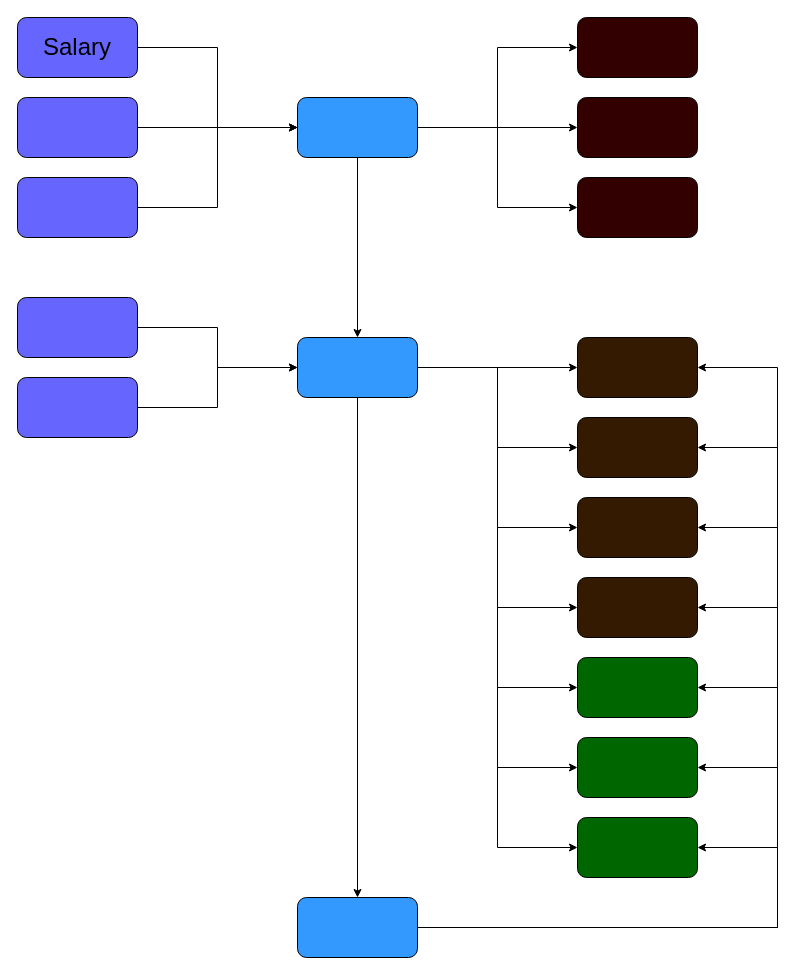
The draw.io diagram Untitled Diagram.drawio in cuizhanming/space-spring, before the edit. Source tidied: cells renumbered, new cells numbered last; positions are measured from the earlier drawing's top-left corner, leaving out a move shared by most shapes. Both pictures are drawn from the tidied source at 100%, with x=0, y=0 at pixel (17, 17).
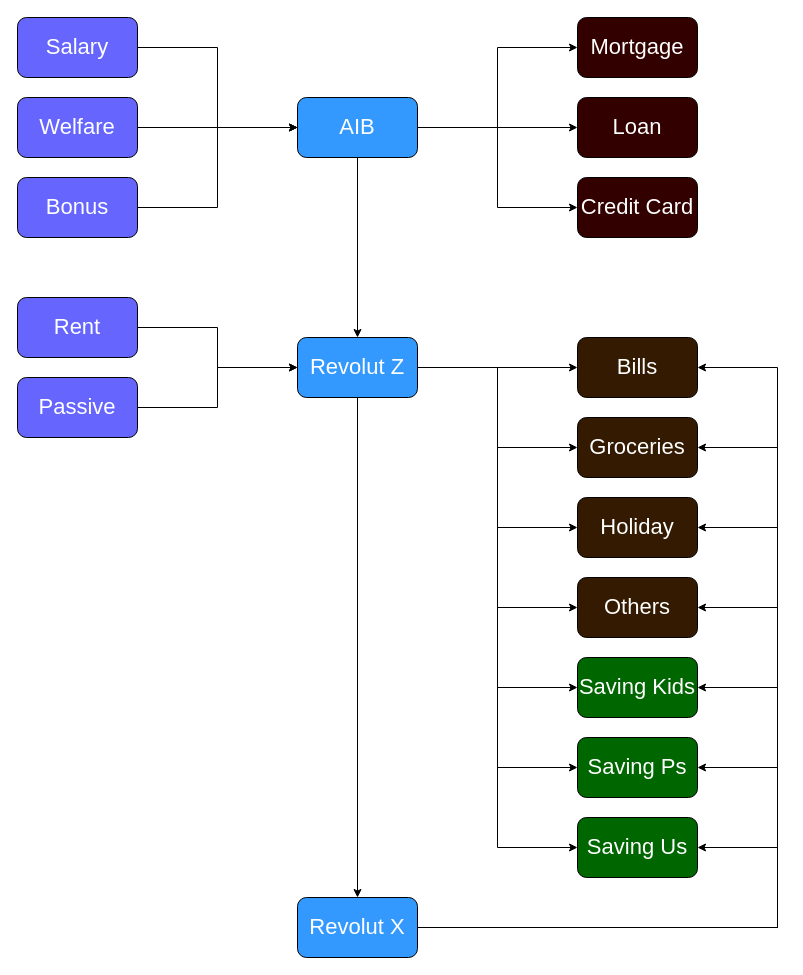
Above is the later version.

Change to the diagram source:
```diff
@@
-    <mxCell id="2" style="group;fontSize=20;" parent="1" vertex="1">
+    <mxCell id="2" style="group;fontSize=22;fontColor=#FFFFFF;" parent="1" vertex="1">
       <mxGeometry width="760" height="940" as="geometry" />
     </mxCell>
-    <mxCell id="3" style="edgeStyle=orthogonalEdgeStyle;rounded=0;jettySize=auto;html=1;exitX=1;exitY=0.5;exitDx=0;exitDy=0;entryX=0;entryY=0.5;entryDx=0;entryDy=0;" parent="2" edge="1" source="4" target="18">
+    <mxCell id="3" style="edgeStyle=orthogonalEdgeStyle;rounded=0;jettySize=auto;html=1;exitX=1;exitY=0.5;exitDx=0;exitDy=0;entryX=0;entryY=0.5;entryDx=0;entryDy=0;fontSize=22;fontColor=#FFFFFF;" parent="2" edge="1" source="4" target="18">
       <mxGeometry relative="1" as="geometry" />
     </mxCell>
-    <mxCell id="4" value="&lt;font style=&quot;font-size: 24px;&quot;&gt;Salary&lt;/font&gt;" style="rounded=1;whiteSpace=wrap;html=1;fillColor=#6666FF;" parent="2" vertex="1">
+    <mxCell id="4" value="&lt;font style=&quot;font-size: 22px;&quot;&gt;Salary&lt;/font&gt;" style="rounded=1;whiteSpace=wrap;html=1;fillColor=#6666FF;fontSize=22;fontColor=#FFFFFF;" parent="2" vertex="1">
       <mxGeometry width="120" height="60" as="geometry" />
     </mxCell>
-    <mxCell id="5" style="edgeStyle=orthogonalEdgeStyle;rounded=0;jettySize=auto;html=1;" parent="2" edge="1" source="6">
+    <mxCell id="5" style="edgeStyle=orthogonalEdgeStyle;rounded=0;jettySize=auto;html=1;fontSize=22;fontColor=#FFFFFF;" parent="2" edge="1" source="6">
       <mxGeometry relative="1" as="geometry">
         <mxPoint x="280" y="110" as="targetPoint" />
         <Array as="points">
           <mxPoint x="200" y="190" />
           <mxPoint x="200" y="110" />
         </Array>
       </mxGeometry>
     </mxCell>
-    <mxCell id="6" style="rounded=1;whiteSpace=wrap;html=1;fillColor=#6666FF;" parent="2" vertex="1">
+    <mxCell id="6" value="Bonus" style="rounded=1;whiteSpace=wrap;html=1;fillColor=#6666FF;fontSize=22;fontColor=#FFFFFF;" parent="2" vertex="1">
       <mxGeometry y="160" width="120" height="60" as="geometry" />
     </mxCell>
-    <mxCell id="7" style="edgeStyle=orthogonalEdgeStyle;rounded=0;jettySize=auto;html=1;" parent="2" edge="1" source="8">
+    <mxCell id="7" style="edgeStyle=orthogonalEdgeStyle;rounded=0;jettySize=auto;html=1;fontSize=22;fontColor=#FFFFFF;" parent="2" edge="1" source="8">
       <mxGeometry relative="1" as="geometry">
         <mxPoint x="280" y="110" as="targetPoint" />
       </mxGeometry>
     </mxCell>
-    <mxCell id="8" style="rounded=1;whiteSpace=wrap;html=1;fillColor=#6666FF;" parent="2" vertex="1">
+    <mxCell id="8" value="Welfare" style="rounded=1;whiteSpace=wrap;html=1;fillColor=#6666FF;fontSize=22;fontColor=#FFFFFF;" parent="2" vertex="1">
       <mxGeometry y="80" width="120" height="60" as="geometry" />
     </mxCell>
-    <mxCell id="9" style="edgeStyle=orthogonalEdgeStyle;rounded=0;jettySize=auto;html=1;entryX=0;entryY=0.5;entryDx=0;entryDy=0;" parent="2" edge="1" source="10" target="29">
+    <mxCell id="9" style="edgeStyle=orthogonalEdgeStyle;rounded=0;jettySize=auto;html=1;entryX=0;entryY=0.5;entryDx=0;entryDy=0;fontSize=22;fontColor=#FFFFFF;" parent="2" edge="1" source="10" target="29">
       <mxGeometry relative="1" as="geometry" />
     </mxCell>
-    <mxCell id="10" style="rounded=1;whiteSpace=wrap;html=1;fillColor=#6666FF;" parent="2" vertex="1">
+    <mxCell id="10" value="Passive" style="rounded=1;whiteSpace=wrap;html=1;fillColor=#6666FF;fontSize=22;fontColor=#FFFFFF;" parent="2" vertex="1">
       <mxGeometry y="360" width="120" height="60" as="geometry" />
     </mxCell>
-    <mxCell id="11" style="edgeStyle=orthogonalEdgeStyle;rounded=0;jettySize=auto;html=1;exitX=1;exitY=0.5;exitDx=0;exitDy=0;entryX=0;entryY=0.5;entryDx=0;entryDy=0;" parent="2" edge="1" source="12" target="29">
+    <mxCell id="11" style="edgeStyle=orthogonalEdgeStyle;rounded=0;jettySize=auto;html=1;exitX=1;exitY=0.5;exitDx=0;exitDy=0;entryX=0;entryY=0.5;entryDx=0;entryDy=0;fontSize=22;fontColor=#FFFFFF;" parent="2" edge="1" source="12" target="29">
       <mxGeometry relative="1" as="geometry" />
     </mxCell>
-    <mxCell id="12" style="rounded=1;whiteSpace=wrap;html=1;fillColor=#6666FF;" parent="2" vertex="1">
+    <mxCell id="12" value="Rent" style="rounded=1;whiteSpace=wrap;html=1;fillColor=#6666FF;fontSize=22;fontColor=#FFFFFF;" parent="2" vertex="1">
       <mxGeometry y="280" width="120" height="60" as="geometry" />
     </mxCell>
-    <mxCell id="13" style="rounded=1;whiteSpace=wrap;html=1;fillColor=#330000;" parent="2" vertex="1">
+    <mxCell id="13" value="Mortgage" style="rounded=1;whiteSpace=wrap;html=1;fillColor=#330000;fontSize=22;fontColor=#FFFFFF;" parent="2" vertex="1">
       <mxGeometry x="560" width="120" height="60" as="geometry" />
     </mxCell>
-    <mxCell id="14" style="edgeStyle=orthogonalEdgeStyle;rounded=0;jettySize=auto;html=1;exitX=1;exitY=0.5;exitDx=0;exitDy=0;entryX=0;entryY=0.5;entryDx=0;entryDy=0;" parent="2" edge="1" source="18" target="20">
+    <mxCell id="14" style="edgeStyle=orthogonalEdgeStyle;rounded=0;jettySize=auto;html=1;exitX=1;exitY=0.5;exitDx=0;exitDy=0;entryX=0;entryY=0.5;entryDx=0;entryDy=0;fontSize=22;fontColor=#FFFFFF;" parent="2" edge="1" source="18" target="20">
       <mxGeometry relative="1" as="geometry" />
     </mxCell>
-    <mxCell id="15" style="edgeStyle=orthogonalEdgeStyle;rounded=0;jettySize=auto;html=1;exitX=1;exitY=0.25;exitDx=0;exitDy=0;entryX=0;entryY=0.5;entryDx=0;entryDy=0;" parent="2" edge="1" source="18" target="13">
+    <mxCell id="15" style="edgeStyle=orthogonalEdgeStyle;rounded=0;jettySize=auto;html=1;exitX=1;exitY=0.25;exitDx=0;exitDy=0;entryX=0;entryY=0.5;entryDx=0;entryDy=0;fontSize=22;fontColor=#FFFFFF;" parent="2" edge="1" source="18" target="13">
       <mxGeometry relative="1" as="geometry">
         <Array as="points">
           <mxPoint x="400" y="110" />
           <mxPoint x="480" y="110" />
           <mxPoint x="480" y="30" />
         </Array>
       </mxGeometry>
     </mxCell>
-    <mxCell id="16" style="edgeStyle=orthogonalEdgeStyle;rounded=0;jettySize=auto;html=1;exitX=1;exitY=0.75;exitDx=0;exitDy=0;entryX=0;entryY=0.5;entryDx=0;entryDy=0;" parent="2" edge="1" source="18" target="19">
+    <mxCell id="16" style="edgeStyle=orthogonalEdgeStyle;rounded=0;jettySize=auto;html=1;exitX=1;exitY=0.75;exitDx=0;exitDy=0;entryX=0;entryY=0.5;entryDx=0;entryDy=0;fontSize=22;fontColor=#FFFFFF;" parent="2" edge="1" source="18" target="19">
       <mxGeometry relative="1" as="geometry">
         <Array as="points">
           <mxPoint x="400" y="110" />
           <mxPoint x="480" y="110" />
           <mxPoint x="480" y="190" />
         </Array>
       </mxGeometry>
     </mxCell>
-    <mxCell id="17" style="edgeStyle=orthogonalEdgeStyle;rounded=0;jettySize=auto;html=1;exitX=0.5;exitY=1;exitDx=0;exitDy=0;entryX=0.5;entryY=0;entryDx=0;entryDy=0;" parent="2" edge="1" source="18" target="29">
+    <mxCell id="17" style="edgeStyle=orthogonalEdgeStyle;rounded=0;jettySize=auto;html=1;exitX=0.5;exitY=1;exitDx=0;exitDy=0;entryX=0.5;entryY=0;entryDx=0;entryDy=0;fontSize=22;fontColor=#FFFFFF;" parent="2" edge="1" source="18" target="29">
       <mxGeometry relative="1" as="geometry" />
     </mxCell>
-    <mxCell id="18" style="rounded=1;whiteSpace=wrap;html=1;fillColor=#3399FF;" parent="2" vertex="1">
+    <mxCell id="18" value="AIB" style="rounded=1;whiteSpace=wrap;html=1;fillColor=#3399FF;fontSize=22;fontColor=#FFFFFF;" parent="2" vertex="1">
       <mxGeometry x="280" y="80" width="120" height="60" as="geometry" />
     </mxCell>
-    <mxCell id="19" style="rounded=1;whiteSpace=wrap;html=1;fillColor=#330000;" parent="2" vertex="1">
+    <mxCell id="19" value="Credit Card" style="rounded=1;whiteSpace=wrap;html=1;fillColor=#330000;fontSize=22;fontColor=#FFFFFF;" parent="2" vertex="1">
       <mxGeometry x="560" y="160" width="120" height="60" as="geometry" />
     </mxCell>
-    <mxCell id="20" style="rounded=1;whiteSpace=wrap;html=1;fillColor=#330000;" parent="2" vertex="1">
+    <mxCell id="20" value="Loan" style="rounded=1;whiteSpace=wrap;html=1;fillColor=#330000;fontSize=22;fontColor=#FFFFFF;" parent="2" vertex="1">
       <mxGeometry x="560" y="80" width="120" height="60" as="geometry" />
     </mxCell>
-    <mxCell id="21" style="edgeStyle=orthogonalEdgeStyle;rounded=0;jettySize=auto;html=1;entryX=0.5;entryY=0;entryDx=0;entryDy=0;" parent="2" edge="1" source="29" target="37">
+    <mxCell id="21" style="edgeStyle=orthogonalEdgeStyle;rounded=0;jettySize=auto;html=1;entryX=0.5;entryY=0;entryDx=0;entryDy=0;fontSize=22;fontColor=#FFFFFF;" parent="2" edge="1" source="29" target="37">
       <mxGeometry relative="1" as="geometry" />
     </mxCell>
-    <mxCell id="22" style="edgeStyle=orthogonalEdgeStyle;rounded=0;jettySize=auto;html=1;exitX=1;exitY=0.5;exitDx=0;exitDy=0;entryX=0;entryY=0.5;entryDx=0;entryDy=0;" parent="2" edge="1" source="29" target="39">
+    <mxCell id="22" style="edgeStyle=orthogonalEdgeStyle;rounded=0;jettySize=auto;html=1;exitX=1;exitY=0.5;exitDx=0;exitDy=0;entryX=0;entryY=0.5;entryDx=0;entryDy=0;fontSize=22;fontColor=#FFFFFF;" parent="2" edge="1" source="29" target="39">
       <mxGeometry relative="1" as="geometry" />
     </mxCell>
-    <mxCell id="23" style="edgeStyle=orthogonalEdgeStyle;rounded=0;jettySize=auto;html=1;exitX=1;exitY=0.5;exitDx=0;exitDy=0;entryX=0;entryY=0.5;entryDx=0;entryDy=0;" parent="2" edge="1" source="29" target="38">
+    <mxCell id="23" style="edgeStyle=orthogonalEdgeStyle;rounded=0;jettySize=auto;html=1;exitX=1;exitY=0.5;exitDx=0;exitDy=0;entryX=0;entryY=0.5;entryDx=0;entryDy=0;fontSize=22;fontColor=#FFFFFF;" parent="2" edge="1" source="29" target="38">
       <mxGeometry relative="1" as="geometry" />
     </mxCell>
-    <mxCell id="24" style="edgeStyle=orthogonalEdgeStyle;rounded=0;jettySize=auto;html=1;exitX=1;exitY=0.5;exitDx=0;exitDy=0;entryX=0;entryY=0.5;entryDx=0;entryDy=0;" parent="2" edge="1" source="29" target="41">
+    <mxCell id="24" style="edgeStyle=orthogonalEdgeStyle;rounded=0;jettySize=auto;html=1;exitX=1;exitY=0.5;exitDx=0;exitDy=0;entryX=0;entryY=0.5;entryDx=0;entryDy=0;fontSize=22;fontColor=#FFFFFF;" parent="2" edge="1" source="29" target="41">
       <mxGeometry relative="1" as="geometry" />
     </mxCell>
-    <mxCell id="25" style="edgeStyle=orthogonalEdgeStyle;rounded=0;jettySize=auto;html=1;exitX=1;exitY=0.5;exitDx=0;exitDy=0;entryX=0;entryY=0.5;entryDx=0;entryDy=0;" parent="2" edge="1" source="29" target="40">
+    <mxCell id="25" style="edgeStyle=orthogonalEdgeStyle;rounded=0;jettySize=auto;html=1;exitX=1;exitY=0.5;exitDx=0;exitDy=0;entryX=0;entryY=0.5;entryDx=0;entryDy=0;fontSize=22;fontColor=#FFFFFF;" parent="2" edge="1" source="29" target="40">
       <mxGeometry relative="1" as="geometry" />
     </mxCell>
-    <mxCell id="26" style="edgeStyle=orthogonalEdgeStyle;rounded=0;jettySize=auto;html=1;exitX=1;exitY=0.5;exitDx=0;exitDy=0;entryX=0;entryY=0.5;entryDx=0;entryDy=0;" parent="2" edge="1" source="29" target="42">
+    <mxCell id="26" style="edgeStyle=orthogonalEdgeStyle;rounded=0;jettySize=auto;html=1;exitX=1;exitY=0.5;exitDx=0;exitDy=0;entryX=0;entryY=0.5;entryDx=0;entryDy=0;fontSize=22;fontColor=#FFFFFF;" parent="2" edge="1" source="29" target="42">
       <mxGeometry relative="1" as="geometry" />
     </mxCell>
-    <mxCell id="27" style="edgeStyle=orthogonalEdgeStyle;rounded=0;jettySize=auto;html=1;exitX=1;exitY=0.5;exitDx=0;exitDy=0;entryX=0;entryY=0.5;entryDx=0;entryDy=0;" parent="2" edge="1" source="29" target="43">
+    <mxCell id="27" style="edgeStyle=orthogonalEdgeStyle;rounded=0;jettySize=auto;html=1;exitX=1;exitY=0.5;exitDx=0;exitDy=0;entryX=0;entryY=0.5;entryDx=0;entryDy=0;fontSize=22;fontColor=#FFFFFF;" parent="2" edge="1" source="29" target="43">
       <mxGeometry relative="1" as="geometry" />
     </mxCell>
-    <mxCell id="28" style="edgeStyle=orthogonalEdgeStyle;rounded=0;jettySize=auto;html=1;exitX=1;exitY=0.5;exitDx=0;exitDy=0;entryX=0;entryY=0.5;entryDx=0;entryDy=0;" parent="2" edge="1" source="29" target="44">
+    <mxCell id="28" style="edgeStyle=orthogonalEdgeStyle;rounded=0;jettySize=auto;html=1;exitX=1;exitY=0.5;exitDx=0;exitDy=0;entryX=0;entryY=0.5;entryDx=0;entryDy=0;fontSize=22;fontColor=#FFFFFF;" parent="2" edge="1" source="29" target="44">
       <mxGeometry relative="1" as="geometry" />
     </mxCell>
-    <mxCell id="29" style="rounded=1;whiteSpace=wrap;html=1;fillColor=#3399FF;" parent="2" vertex="1">
+    <mxCell id="29" value="Revolut Z" style="rounded=1;whiteSpace=wrap;html=1;fillColor=#3399FF;fontSize=22;fontColor=#FFFFFF;" parent="2" vertex="1">
       <mxGeometry x="280" y="320" width="120" height="60" as="geometry" />
     </mxCell>
-    <mxCell id="30" style="edgeStyle=orthogonalEdgeStyle;rounded=0;jettySize=auto;html=1;exitX=1;exitY=0.5;exitDx=0;exitDy=0;entryX=1;entryY=0.5;entryDx=0;entryDy=0;" parent="2" edge="1" source="37" target="44">
+    <mxCell id="30" style="edgeStyle=orthogonalEdgeStyle;rounded=0;jettySize=auto;html=1;exitX=1;exitY=0.5;exitDx=0;exitDy=0;entryX=1;entryY=0.5;entryDx=0;entryDy=0;fontSize=22;fontColor=#FFFFFF;" parent="2" edge="1" source="37" target="44">
       <mxGeometry relative="1" as="geometry">
         <Array as="points">
           <mxPoint x="760" y="910" />
           <mxPoint x="760" y="830" />
         </Array>
       </mxGeometry>
     </mxCell>
-    <mxCell id="31" style="edgeStyle=orthogonalEdgeStyle;rounded=0;jettySize=auto;html=1;exitX=1;exitY=0.5;exitDx=0;exitDy=0;entryX=1;entryY=0.5;entryDx=0;entryDy=0;" parent="2" edge="1" source="37" target="43">
+    <mxCell id="31" style="edgeStyle=orthogonalEdgeStyle;rounded=0;jettySize=auto;html=1;exitX=1;exitY=0.5;exitDx=0;exitDy=0;entryX=1;entryY=0.5;entryDx=0;entryDy=0;fontSize=22;fontColor=#FFFFFF;" parent="2" edge="1" source="37" target="43">
       <mxGeometry relative="1" as="geometry">
         <Array as="points">
           <mxPoint x="760" y="910" />
           <mxPoint x="760" y="750" />
         </Array>
       </mxGeometry>
     </mxCell>
-    <mxCell id="32" style="edgeStyle=orthogonalEdgeStyle;rounded=0;jettySize=auto;html=1;exitX=1;exitY=0.5;exitDx=0;exitDy=0;entryX=1;entryY=0.5;entryDx=0;entryDy=0;" parent="2" edge="1" source="37" target="42">
+    <mxCell id="32" style="edgeStyle=orthogonalEdgeStyle;rounded=0;jettySize=auto;html=1;exitX=1;exitY=0.5;exitDx=0;exitDy=0;entryX=1;entryY=0.5;entryDx=0;entryDy=0;fontSize=22;fontColor=#FFFFFF;" parent="2" edge="1" source="37" target="42">
       <mxGeometry relative="1" as="geometry">
         <Array as="points">
           <mxPoint x="760" y="910" />
           <mxPoint x="760" y="670" />
         </Array>
       </mxGeometry>
     </mxCell>
-    <mxCell id="33" style="edgeStyle=orthogonalEdgeStyle;rounded=0;jettySize=auto;html=1;exitX=1;exitY=0.5;exitDx=0;exitDy=0;entryX=1;entryY=0.5;entryDx=0;entryDy=0;" parent="2" edge="1" source="37" target="40">
+    <mxCell id="33" style="edgeStyle=orthogonalEdgeStyle;rounded=0;jettySize=auto;html=1;exitX=1;exitY=0.5;exitDx=0;exitDy=0;entryX=1;entryY=0.5;entryDx=0;entryDy=0;fontSize=22;fontColor=#FFFFFF;" parent="2" edge="1" source="37" target="40">
       <mxGeometry relative="1" as="geometry">
         <Array as="points">
           <mxPoint x="760" y="910" />
           <mxPoint x="760" y="590" />
         </Array>
       </mxGeometry>
     </mxCell>
-    <mxCell id="34" style="edgeStyle=orthogonalEdgeStyle;rounded=0;jettySize=auto;html=1;exitX=1;exitY=0.5;exitDx=0;exitDy=0;entryX=1;entryY=0.5;entryDx=0;entryDy=0;" parent="2" edge="1" source="37" target="41">
+    <mxCell id="34" style="edgeStyle=orthogonalEdgeStyle;rounded=0;jettySize=auto;html=1;exitX=1;exitY=0.5;exitDx=0;exitDy=0;entryX=1;entryY=0.5;entryDx=0;entryDy=0;fontSize=22;fontColor=#FFFFFF;" parent="2" edge="1" source="37" target="41">
       <mxGeometry relative="1" as="geometry">
         <Array as="points">
           <mxPoint x="760" y="910" />
           <mxPoint x="760" y="510" />
         </Array>
       </mxGeometry>
     </mxCell>
-    <mxCell id="35" style="edgeStyle=orthogonalEdgeStyle;rounded=0;jettySize=auto;html=1;exitX=1;exitY=0.5;exitDx=0;exitDy=0;entryX=1;entryY=0.5;entryDx=0;entryDy=0;" parent="2" edge="1" source="37" target="38">
+    <mxCell id="35" style="edgeStyle=orthogonalEdgeStyle;rounded=0;jettySize=auto;html=1;exitX=1;exitY=0.5;exitDx=0;exitDy=0;entryX=1;entryY=0.5;entryDx=0;entryDy=0;fontSize=22;fontColor=#FFFFFF;" parent="2" edge="1" source="37" target="38">
       <mxGeometry relative="1" as="geometry">
         <Array as="points">
           <mxPoint x="760" y="910" />
           <mxPoint x="760" y="430" />
         </Array>
       </mxGeometry>
     </mxCell>
-    <mxCell id="36" style="edgeStyle=orthogonalEdgeStyle;rounded=0;jettySize=auto;html=1;exitX=1;exitY=0.5;exitDx=0;exitDy=0;entryX=1;entryY=0.5;entryDx=0;entryDy=0;" parent="2" edge="1" source="37" target="39">
+    <mxCell id="36" style="edgeStyle=orthogonalEdgeStyle;rounded=0;jettySize=auto;html=1;exitX=1;exitY=0.5;exitDx=0;exitDy=0;entryX=1;entryY=0.5;entryDx=0;entryDy=0;fontSize=22;fontColor=#FFFFFF;" parent="2" edge="1" source="37" target="39">
       <mxGeometry relative="1" as="geometry">
         <Array as="points">
           <mxPoint x="760" y="910" />
           <mxPoint x="760" y="350" />
         </Array>
       </mxGeometry>
     </mxCell>
-    <mxCell id="37" style="rounded=1;whiteSpace=wrap;html=1;fillColor=#3399FF;" parent="2" vertex="1">
+    <mxCell id="37" value="Revolut X" style="rounded=1;whiteSpace=wrap;html=1;fillColor=#3399FF;fontSize=22;fontColor=#FFFFFF;" parent="2" vertex="1">
       <mxGeometry x="280" y="880" width="120" height="60" as="geometry" />
     </mxCell>
-    <mxCell id="38" style="rounded=1;whiteSpace=wrap;html=1;fillColor=#331A00;" parent="2" vertex="1">
+    <mxCell id="38" value="Groceries" style="rounded=1;whiteSpace=wrap;html=1;fillColor=#331A00;fontSize=22;fontColor=#FFFFFF;" parent="2" vertex="1">
       <mxGeometry x="560" y="400" width="120" height="60" as="geometry" />
     </mxCell>
-    <mxCell id="39" style="rounded=1;whiteSpace=wrap;html=1;fillColor=#331A00;" parent="2" vertex="1">
+    <mxCell id="39" value="Bills" style="rounded=1;whiteSpace=wrap;html=1;fillColor=#331A00;fontSize=22;fontColor=#FFFFFF;" parent="2" vertex="1">
       <mxGeometry x="560" y="320" width="120" height="60" as="geometry" />
     </mxCell>
-    <mxCell id="40" style="rounded=1;whiteSpace=wrap;html=1;fillColor=#331A00;" parent="2" vertex="1">
+    <mxCell id="40" value="Others" style="rounded=1;whiteSpace=wrap;html=1;fillColor=#331A00;fontSize=22;fontColor=#FFFFFF;" parent="2" vertex="1">
       <mxGeometry x="560" y="560" width="120" height="60" as="geometry" />
     </mxCell>
-    <mxCell id="41" style="rounded=1;whiteSpace=wrap;html=1;fillColor=#331A00;" parent="2" vertex="1">
+    <mxCell id="41" value="Holiday" style="rounded=1;whiteSpace=wrap;html=1;fillColor=#331A00;fontSize=22;fontColor=#FFFFFF;" parent="2" vertex="1">
       <mxGeometry x="560" y="480" width="120" height="60" as="geometry" />
     </mxCell>
-    <mxCell id="42" style="rounded=1;whiteSpace=wrap;html=1;fillColor=#006600;" parent="2" vertex="1">
+    <mxCell id="42" value="Saving Kids" style="rounded=1;whiteSpace=wrap;html=1;fillColor=#006600;fontSize=22;fontColor=#FFFFFF;" parent="2" vertex="1">
       <mxGeometry x="560" y="640" width="120" height="60" as="geometry" />
     </mxCell>
-    <mxCell id="43" style="rounded=1;whiteSpace=wrap;html=1;fillColor=#006600;" parent="2" vertex="1">
+    <mxCell id="43" value="Saving Ps" style="rounded=1;whiteSpace=wrap;html=1;fillColor=#006600;fontSize=22;fontColor=#FFFFFF;" parent="2" vertex="1">
       <mxGeometry x="560" y="720" width="120" height="60" as="geometry" />
     </mxCell>
-    <mxCell id="44" style="rounded=1;whiteSpace=wrap;html=1;fillColor=#006600;" parent="2" vertex="1">
+    <mxCell id="44" value="Saving Us" style="rounded=1;whiteSpace=wrap;html=1;fillColor=#006600;fontSize=22;fontColor=#FFFFFF;" parent="2" vertex="1">
       <mxGeometry x="560" y="800" width="120" height="60" as="geometry" />
     </mxCell>
```
